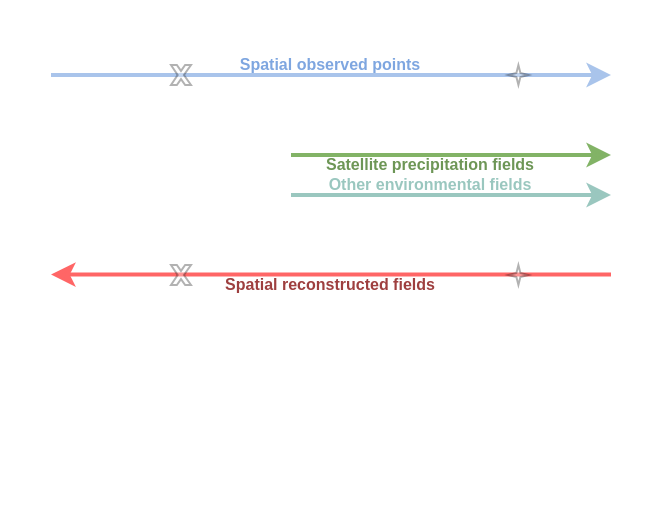
This is wrecon.drawio from adrHuerta/diagrams, a draw.io file, before an edit. Source tidied: cells renumbered, new cells numbered last; positions are measured from the earlier drawing's top-left corner, leaving out a move shared by most shapes. Both pictures are drawn from the tidied source at 200%, with x=0, y=0 at pixel (50, 34).
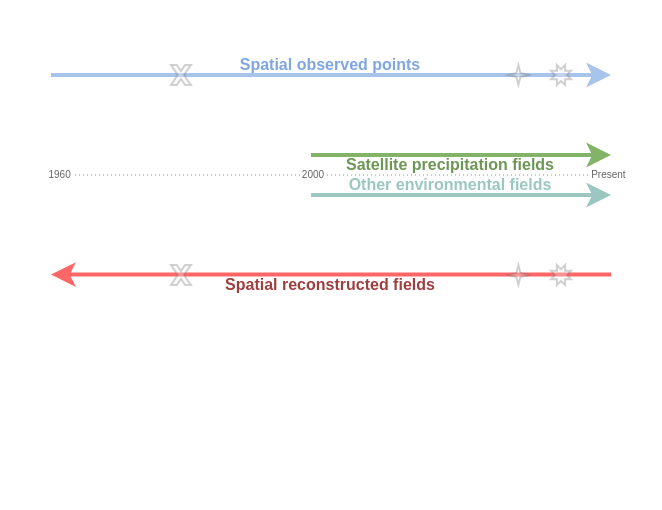
After the change.

Unchanged cells that the change refers to:
```xml
<mxCell id="2" style="endArrow=classic;html=1;rounded=0;strokeWidth=2;strokeColor=#A9C4EB;" parent="1" edge="1">
  <mxGeometry relative="1" as="geometry">
    <mxPoint y="20" as="sourcePoint" />
    <mxPoint x="280" y="20" as="targetPoint" />
  </mxGeometry>
</mxCell>
<mxCell id="12" style="endArrow=classic;html=1;rounded=0;strokeWidth=2;strokeColor=#FF6666;" parent="1" edge="1">
  <mxGeometry relative="1" as="geometry">
    <mxPoint x="280" y="119.8" as="sourcePoint" />
    <mxPoint y="119.8" as="targetPoint" />
  </mxGeometry>
</mxCell>
```

What changed in the source:
```diff
@@
     <mxCell id="3" value="&lt;p style=&quot;line-height: 100%;&quot;&gt;&lt;br&gt;&lt;/p&gt;" style="edgeLabel;html=1;align=center;verticalAlign=middle;" parent="2" vertex="1">
       <mxGeometry x="-0.06" y="-1" relative="1" as="geometry">
-        <mxPoint x="79" y="-5" as="offset" />
+        <mxPoint x="119" y="30" as="offset" />
       </mxGeometry>
     </mxCell>
-    <mxCell id="4" style="endArrow=classic;html=1;rounded=0;strokeWidth=2;strokeColor=#82b366;fillColor=#d5e8d4;" parent="1" edge="1">
-      <mxGeometry relative="1" as="geometry">
-        <mxPoint x="120" y="60" as="sourcePoint" />
-        <mxPoint x="280" y="60" as="targetPoint" />
-      </mxGeometry>
-    </mxCell>
@@
     <mxCell id="7" value="&lt;b style=&quot;forced-color-adjust: none; color: rgb(109, 150, 86); font-family: Helvetica; font-style: normal; font-variant-ligatures: normal; font-variant-caps: normal; letter-spacing: normal; orphans: 2; text-indent: 0px; text-transform: none; widows: 2; word-spacing: 0px; -webkit-text-stroke-width: 0px; white-space: nowrap; text-decoration-thickness: initial; text-decoration-style: initial; text-decoration-color: initial; font-size: 8px;&quot;&gt;Satellite precipitation fields&lt;/b&gt;" style="text;whiteSpace=wrap;html=1;align=center;" parent="1" vertex="1">
-      <mxGeometry x="120" y="50" width="140" height="40" as="geometry" />
+      <mxGeometry x="130" y="50" width="140" height="40" as="geometry" />
     </mxCell>
-    <mxCell id="8" style="endArrow=classic;html=1;rounded=0;strokeWidth=2;strokeColor=#9AC7BF;fillColor=#d5e8d4;" parent="1" edge="1">
-      <mxGeometry relative="1" as="geometry">
-        <mxPoint x="120" y="80" as="sourcePoint" />
-        <mxPoint x="280" y="80" as="targetPoint" />
-      </mxGeometry>
-    </mxCell>
     <mxCell id="9" value="&lt;b style=&quot;forced-color-adjust: none; font-family: Helvetica; font-style: normal; font-variant-ligatures: normal; font-variant-caps: normal; letter-spacing: normal; orphans: 2; text-indent: 0px; text-transform: none; widows: 2; word-spacing: 0px; -webkit-text-stroke-width: 0px; white-space: nowrap; text-decoration-thickness: initial; text-decoration-style: initial; text-decoration-color: initial; font-size: 8px;&quot;&gt;&lt;font color=&quot;#9ac7bf&quot;&gt;Other environmental fields&lt;/font&gt;&lt;/b&gt;" style="text;whiteSpace=wrap;html=1;align=center;" parent="1" vertex="1">
-      <mxGeometry x="120" y="60" width="140" height="40" as="geometry" />
+      <mxGeometry x="125" y="60" width="150" height="40" as="geometry" />
     </mxCell>
-    <mxCell id="10" style="verticalLabelPosition=bottom;verticalAlign=top;html=1;shape=mxgraph.basic.x;opacity=30;" parent="1" vertex="1">
+    <mxCell id="10" style="verticalLabelPosition=bottom;verticalAlign=top;html=1;shape=mxgraph.basic.x;opacity=30;fillColor=#f5f5f5;fontColor=#333333;strokeColor=#666666;" parent="1" vertex="1">
       <mxGeometry x="60" y="15" width="10" height="10" as="geometry" />
     </mxCell>
-    <mxCell id="11" style="verticalLabelPosition=bottom;verticalAlign=top;html=1;shape=mxgraph.basic.4_point_star_2;dx=0.8;opacity=30;" parent="1" vertex="1">
+    <mxCell id="11" style="verticalLabelPosition=bottom;verticalAlign=top;html=1;shape=mxgraph.basic.4_point_star_2;dx=0.8;opacity=30;fillColor=#f5f5f5;fontColor=#333333;strokeColor=#666666;" parent="1" vertex="1">
       <mxGeometry x="228.7" y="15" width="10" height="10" as="geometry" />
     </mxCell>
@@
     <mxCell id="13" value="&lt;p style=&quot;line-height: 100%;&quot;&gt;&lt;br&gt;&lt;/p&gt;" style="edgeLabel;html=1;align=center;verticalAlign=middle;" parent="12" vertex="1">
       <mxGeometry x="-0.06" y="-1" relative="1" as="geometry">
-        <mxPoint x="139" y="-5" as="offset" />
+        <mxPoint x="129" y="85" as="offset" />
       </mxGeometry>
     </mxCell>
-    <mxCell id="14" style="verticalLabelPosition=bottom;verticalAlign=top;html=1;shape=mxgraph.basic.4_point_star_2;dx=0.8;opacity=30;" parent="1" vertex="1">
+    <mxCell id="14" style="verticalLabelPosition=bottom;verticalAlign=top;html=1;shape=mxgraph.basic.4_point_star_2;dx=0.8;opacity=30;fillColor=#f5f5f5;fontColor=#333333;strokeColor=#666666;" parent="1" vertex="1">
       <mxGeometry x="228.7" y="115" width="10" height="10" as="geometry" />
     </mxCell>
-    <mxCell id="15" style="verticalLabelPosition=bottom;verticalAlign=top;html=1;shape=mxgraph.basic.x;opacity=30;" parent="1" vertex="1">
+    <mxCell id="15" style="verticalLabelPosition=bottom;verticalAlign=top;html=1;shape=mxgraph.basic.x;opacity=30;fillColor=#f5f5f5;fontColor=#333333;strokeColor=#666666;" parent="1" vertex="1">
       <mxGeometry x="60" y="115" width="10" height="10" as="geometry" />
     </mxCell>
+    <mxCell id="16" style="endArrow=none;dashed=1;html=1;dashPattern=1 3;strokeWidth=0.5;rounded=0;strokeColor=#989090;fontColor=#616161;" parent="1" edge="1">
+      <mxGeometry relative="1" as="geometry">
+        <mxPoint y="70" as="sourcePoint" />
+        <mxPoint x="280" y="70" as="targetPoint" />
+      </mxGeometry>
+    </mxCell>
+    <mxCell id="17" value="&lt;sup&gt;&lt;font style=&quot;font-size: 5px;&quot;&gt;1960&amp;nbsp;&lt;/font&gt;&lt;/sup&gt;" style="edgeLabel;html=1;align=center;verticalAlign=middle;fontColor=#666666;" parent="16" vertex="1">
+      <mxGeometry x="-0.97" relative="1" as="geometry" />
+    </mxCell>
+    <mxCell id="18" value="&lt;sup&gt;&lt;font style=&quot;font-size: 5px;&quot;&gt;&amp;nbsp;2000&amp;nbsp;&lt;/font&gt;&lt;/sup&gt;" style="edgeLabel;html=1;align=center;verticalAlign=middle;fontColor=#666666;" parent="16" vertex="1">
+      <mxGeometry x="-0.16" relative="1" as="geometry">
+        <mxPoint x="12" as="offset" />
+      </mxGeometry>
+    </mxCell>
+    <mxCell id="19" value="&lt;sup&gt;&lt;font style=&quot;font-size: 5px;&quot;&gt;&amp;nbsp;Present&lt;/font&gt;&lt;/sup&gt;" style="edgeLabel;html=1;align=center;verticalAlign=middle;fontColor=#666666;" parent="16" vertex="1">
+      <mxGeometry x="0.98" relative="1" as="geometry" />
+    </mxCell>
+    <mxCell id="4" style="endArrow=classic;html=1;rounded=0;strokeWidth=2;strokeColor=#82b366;fillColor=#d5e8d4;" parent="1" edge="1">
+      <mxGeometry relative="1" as="geometry">
+        <mxPoint x="130" y="60" as="sourcePoint" />
+        <mxPoint x="280" y="60" as="targetPoint" />
+      </mxGeometry>
+    </mxCell>
+    <mxCell id="8" style="endArrow=classic;html=1;rounded=0;strokeWidth=2;strokeColor=#9AC7BF;fillColor=#d5e8d4;" parent="1" edge="1">
+      <mxGeometry relative="1" as="geometry">
+        <mxPoint x="130" y="80" as="sourcePoint" />
+        <mxPoint x="280" y="80" as="targetPoint" />
+      </mxGeometry>
+    </mxCell>
+    <mxCell id="20" style="verticalLabelPosition=bottom;verticalAlign=top;html=1;shape=mxgraph.basic.8_point_star;fillColor=#f5f5f5;fontColor=#333333;strokeColor=#666666;opacity=30;" parent="1" vertex="1">
+      <mxGeometry x="250" y="15" width="10" height="10" as="geometry" />
+    </mxCell>
+    <mxCell id="21" style="verticalLabelPosition=bottom;verticalAlign=top;html=1;shape=mxgraph.basic.8_point_star;fillColor=#f5f5f5;fontColor=#333333;strokeColor=#666666;opacity=30;" parent="1" vertex="1">
+      <mxGeometry x="250" y="115" width="10" height="10" as="geometry" />
+    </mxCell>
```
